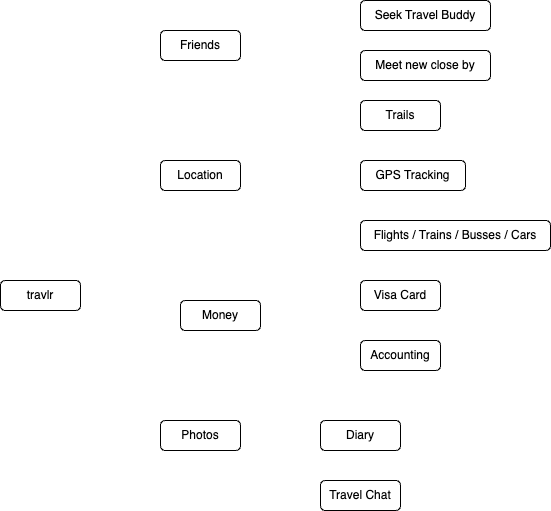
caiopeia/travlr keeps this draw.io diagram as doc/use_cases.drawio.png. Above is the earlier version. Source tidied: cells renumbered, new cells last; positions are measured from the earlier drawing's top-left corner, leaving out a move shared by most shapes. Its diagram source:
```xml
<mxGraphModel>
  <root>
    <mxCell id="0" />
    <mxCell id="1" parent="0" />
    <mxCell id="2" value="travlr" style="rounded=1;whiteSpace=wrap;html=1;" parent="1" vertex="1">
      <mxGeometry y="280" width="80" height="30" as="geometry" />
    </mxCell>
    <mxCell id="3" value="Friends" style="rounded=1;whiteSpace=wrap;html=1;" parent="1" vertex="1">
      <mxGeometry x="160" y="30" width="80" height="30" as="geometry" />
    </mxCell>
    <mxCell id="4" value="Location" style="rounded=1;whiteSpace=wrap;html=1;" parent="1" vertex="1">
      <mxGeometry x="160" y="160" width="80" height="30" as="geometry" />
    </mxCell>
    <mxCell id="5" value="Money" style="rounded=1;whiteSpace=wrap;html=1;" parent="1" vertex="1">
      <mxGeometry x="180" y="300" width="80" height="30" as="geometry" />
    </mxCell>
    <mxCell id="6" value="Trails" style="rounded=1;whiteSpace=wrap;html=1;" parent="1" vertex="1">
      <mxGeometry x="360" y="100" width="80" height="30" as="geometry" />
    </mxCell>
    <mxCell id="7" value="GPS Tracking" style="rounded=1;whiteSpace=wrap;html=1;" parent="1" vertex="1">
      <mxGeometry x="360" y="160" width="105" height="30" as="geometry" />
    </mxCell>
    <mxCell id="8" value="Photos" style="rounded=1;whiteSpace=wrap;html=1;" parent="1" vertex="1">
      <mxGeometry x="160" y="420" width="80" height="30" as="geometry" />
    </mxCell>
    <mxCell id="9" value="Diary" style="rounded=1;whiteSpace=wrap;html=1;" parent="1" vertex="1">
      <mxGeometry x="320" y="420" width="80" height="30" as="geometry" />
    </mxCell>
    <mxCell id="10" value="Visa Card" style="rounded=1;whiteSpace=wrap;html=1;" parent="1" vertex="1">
      <mxGeometry x="360" y="280" width="80" height="30" as="geometry" />
    </mxCell>
    <mxCell id="11" value="Accounting" style="rounded=1;whiteSpace=wrap;html=1;" parent="1" vertex="1">
      <mxGeometry x="360" y="340" width="80" height="30" as="geometry" />
    </mxCell>
    <mxCell id="12" value="Flights / Trains / Busses / Cars" style="rounded=1;whiteSpace=wrap;html=1;" parent="1" vertex="1">
      <mxGeometry x="360" y="220" width="190" height="30" as="geometry" />
    </mxCell>
    <mxCell id="13" value="Meet new close by" style="rounded=1;whiteSpace=wrap;html=1;" parent="1" vertex="1">
      <mxGeometry x="360" y="50" width="130" height="30" as="geometry" />
    </mxCell>
    <mxCell id="14" value="Seek Travel Buddy" style="rounded=1;whiteSpace=wrap;html=1;" parent="1" vertex="1">
      <mxGeometry x="360" width="130" height="30" as="geometry" />
    </mxCell>
    <mxCell id="15" value="Travel Chat" style="rounded=1;whiteSpace=wrap;html=1;" parent="1" vertex="1">
      <mxGeometry x="320" y="480" width="80" height="30" as="geometry" />
    </mxCell>
  </root>
</mxGraphModel>
```
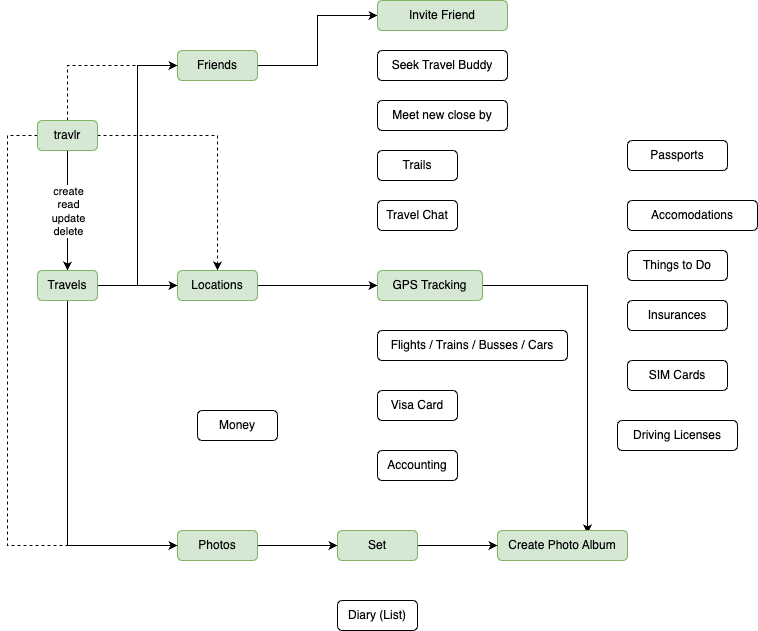
The same diagram one commit later.

Commit message:
update use case diagram

Change to the diagram source:
```diff
@@ -2,47 +2,140 @@
   <root>
     <mxCell id="0" />
     <mxCell id="1" parent="0" />
+    <mxCell id="16" style="edgeStyle=orthogonalEdgeStyle;rounded=0;jettySize=auto;html=1;entryX=0.5;entryY=0;entryDx=0;entryDy=0;" parent="1" edge="1" source="2" target="38">
+      <mxGeometry relative="1" as="geometry" />
+    </mxCell>
+    <mxCell id="17" value="create&lt;br&gt;read&lt;br&gt;update&lt;br&gt;delete" style="edgeLabel;html=1;align=center;verticalAlign=middle;" parent="16" vertex="1">
+      <mxGeometry x="-0.23" y="1" relative="1" as="geometry">
+        <mxPoint x="-1" y="14" as="offset" />
+      </mxGeometry>
+    </mxCell>
+    <mxCell id="18" style="edgeStyle=orthogonalEdgeStyle;rounded=0;jettySize=auto;html=1;entryX=0;entryY=0.5;entryDx=0;entryDy=0;dashed=1;" parent="1" edge="1" source="2" target="3">
+      <mxGeometry relative="1" as="geometry">
+        <Array as="points">
+          <mxPoint x="40" y="115" />
+        </Array>
+      </mxGeometry>
+    </mxCell>
+    <mxCell id="19" style="edgeStyle=orthogonalEdgeStyle;rounded=0;jettySize=auto;html=1;entryX=0;entryY=0.5;entryDx=0;entryDy=0;dashed=1;" parent="1" edge="1" source="2" target="8">
+      <mxGeometry relative="1" as="geometry">
+        <Array as="points">
+          <mxPoint x="-20" y="185" />
+          <mxPoint x="-20" y="595" />
+        </Array>
+      </mxGeometry>
+    </mxCell>
+    <mxCell id="20" style="edgeStyle=orthogonalEdgeStyle;rounded=0;jettySize=auto;html=1;entryX=0.5;entryY=0;entryDx=0;entryDy=0;dashed=1;" parent="1" edge="1" source="2" target="4">
+      <mxGeometry relative="1" as="geometry" />
+    </mxCell>
-    <mxCell id="2" value="travlr" style="rounded=1;whiteSpace=wrap;html=1;" parent="1" vertex="1">
-      <mxGeometry y="280" width="80" height="30" as="geometry" />
+    <mxCell id="2" value="travlr" style="rounded=1;whiteSpace=wrap;html=1;fillColor=#d5e8d4;strokeColor=#82b366;" parent="1" vertex="1">
+      <mxGeometry x="10" y="170" width="60" height="30" as="geometry" />
     </mxCell>
+    <mxCell id="21" style="edgeStyle=orthogonalEdgeStyle;rounded=0;jettySize=auto;html=1;entryX=0;entryY=0.5;entryDx=0;entryDy=0;" parent="1" edge="1" source="3" target="32">
+      <mxGeometry relative="1" as="geometry" />
+    </mxCell>
-    <mxCell id="3" value="Friends" style="rounded=1;whiteSpace=wrap;html=1;" parent="1" vertex="1">
-      <mxGeometry x="160" y="30" width="80" height="30" as="geometry" />
+    <mxCell id="3" value="Friends" style="rounded=1;whiteSpace=wrap;html=1;fillColor=#d5e8d4;strokeColor=#82b366;" parent="1" vertex="1">
+      <mxGeometry x="150" y="100" width="80" height="30" as="geometry" />
     </mxCell>
+    <mxCell id="22" style="edgeStyle=orthogonalEdgeStyle;rounded=0;jettySize=auto;html=1;entryX=0;entryY=0.5;entryDx=0;entryDy=0;" parent="1" edge="1" source="4" target="7">
+      <mxGeometry relative="1" as="geometry" />
+    </mxCell>
-    <mxCell id="4" value="Location" style="rounded=1;whiteSpace=wrap;html=1;" parent="1" vertex="1">
-      <mxGeometry x="160" y="160" width="80" height="30" as="geometry" />
+    <mxCell id="4" value="Locations" style="rounded=1;whiteSpace=wrap;html=1;fillColor=#d5e8d4;strokeColor=#82b366;" parent="1" vertex="1">
+      <mxGeometry x="150" y="320" width="80" height="30" as="geometry" />
     </mxCell>
     <mxCell id="5" value="Money" style="rounded=1;whiteSpace=wrap;html=1;" parent="1" vertex="1">
-      <mxGeometry x="180" y="300" width="80" height="30" as="geometry" />
+      <mxGeometry x="170" y="460" width="80" height="30" as="geometry" />
     </mxCell>
     <mxCell id="6" value="Trails" style="rounded=1;whiteSpace=wrap;html=1;" parent="1" vertex="1">
-      <mxGeometry x="360" y="100" width="80" height="30" as="geometry" />
+      <mxGeometry x="350" y="200" width="80" height="30" as="geometry" />
     </mxCell>
+    <mxCell id="23" style="edgeStyle=orthogonalEdgeStyle;rounded=0;jettySize=auto;html=1;entryX=0.692;entryY=0.1;entryDx=0;entryDy=0;entryPerimeter=0;" parent="1" edge="1" source="7" target="31">
+      <mxGeometry relative="1" as="geometry">
+        <Array as="points">
+          <mxPoint x="560" y="335" />
+        </Array>
+      </mxGeometry>
+    </mxCell>
-    <mxCell id="7" value="GPS Tracking" style="rounded=1;whiteSpace=wrap;html=1;" parent="1" vertex="1">
-      <mxGeometry x="360" y="160" width="105" height="30" as="geometry" />
+    <mxCell id="7" value="GPS Tracking" style="rounded=1;whiteSpace=wrap;html=1;fillColor=#d5e8d4;strokeColor=#82b366;" parent="1" vertex="1">
+      <mxGeometry x="350" y="320" width="105" height="30" as="geometry" />
     </mxCell>
+    <mxCell id="24" style="edgeStyle=orthogonalEdgeStyle;rounded=0;jettySize=auto;html=1;entryX=0;entryY=0.5;entryDx=0;entryDy=0;" parent="1" edge="1" source="8" target="34">
+      <mxGeometry relative="1" as="geometry" />
+    </mxCell>
-    <mxCell id="8" value="Photos" style="rounded=1;whiteSpace=wrap;html=1;" parent="1" vertex="1">
-      <mxGeometry x="160" y="420" width="80" height="30" as="geometry" />
+    <mxCell id="8" value="Photos" style="rounded=1;whiteSpace=wrap;html=1;fillColor=#d5e8d4;strokeColor=#82b366;" parent="1" vertex="1">
+      <mxGeometry x="150" y="580" width="80" height="30" as="geometry" />
     </mxCell>
-    <mxCell id="9" value="Diary" style="rounded=1;whiteSpace=wrap;html=1;" parent="1" vertex="1">
-      <mxGeometry x="320" y="420" width="80" height="30" as="geometry" />
+    <mxCell id="9" value="Diary (List)" style="rounded=1;whiteSpace=wrap;html=1;" parent="1" vertex="1">
+      <mxGeometry x="310" y="650" width="80" height="30" as="geometry" />
     </mxCell>
     <mxCell id="10" value="Visa Card" style="rounded=1;whiteSpace=wrap;html=1;" parent="1" vertex="1">
-      <mxGeometry x="360" y="280" width="80" height="30" as="geometry" />
+      <mxGeometry x="350" y="440" width="80" height="30" as="geometry" />
     </mxCell>
     <mxCell id="11" value="Accounting" style="rounded=1;whiteSpace=wrap;html=1;" parent="1" vertex="1">
-      <mxGeometry x="360" y="340" width="80" height="30" as="geometry" />
+      <mxGeometry x="350" y="500" width="80" height="30" as="geometry" />
     </mxCell>
     <mxCell id="12" value="Flights / Trains / Busses / Cars" style="rounded=1;whiteSpace=wrap;html=1;" parent="1" vertex="1">
-      <mxGeometry x="360" y="220" width="190" height="30" as="geometry" />
+      <mxGeometry x="350" y="380" width="190" height="30" as="geometry" />
     </mxCell>
     <mxCell id="13" value="Meet new close by" style="rounded=1;whiteSpace=wrap;html=1;" parent="1" vertex="1">
-      <mxGeometry x="360" y="50" width="130" height="30" as="geometry" />
+      <mxGeometry x="350" y="150" width="130" height="30" as="geometry" />
     </mxCell>
     <mxCell id="14" value="Seek Travel Buddy" style="rounded=1;whiteSpace=wrap;html=1;" parent="1" vertex="1">
-      <mxGeometry x="360" width="130" height="30" as="geometry" />
+      <mxGeometry x="350" y="100" width="130" height="30" as="geometry" />
     </mxCell>
     <mxCell id="15" value="Travel Chat" style="rounded=1;whiteSpace=wrap;html=1;" parent="1" vertex="1">
-      <mxGeometry x="320" y="480" width="80" height="30" as="geometry" />
+      <mxGeometry x="350" y="250" width="80" height="30" as="geometry" />
     </mxCell>
+    <mxCell id="25" value="Accomodations" style="rounded=1;whiteSpace=wrap;html=1;" parent="1" vertex="1">
+      <mxGeometry x="600" y="250" width="130" height="30" as="geometry" />
+    </mxCell>
+    <mxCell id="26" value="Passports" style="rounded=1;whiteSpace=wrap;html=1;" parent="1" vertex="1">
+      <mxGeometry x="600" y="190" width="100" height="30" as="geometry" />
+    </mxCell>
+    <mxCell id="27" value="Insurances" style="rounded=1;whiteSpace=wrap;html=1;" parent="1" vertex="1">
+      <mxGeometry x="600" y="350" width="100" height="30" as="geometry" />
+    </mxCell>
+    <mxCell id="28" value="Things to Do" style="rounded=1;whiteSpace=wrap;html=1;" parent="1" vertex="1">
+      <mxGeometry x="600" y="300" width="100" height="30" as="geometry" />
+    </mxCell>
+    <mxCell id="29" value="SIM Cards" style="rounded=1;whiteSpace=wrap;html=1;" parent="1" vertex="1">
+      <mxGeometry x="600" y="410" width="100" height="30" as="geometry" />
+    </mxCell>
+    <mxCell id="30" value="Driving Licenses" style="rounded=1;whiteSpace=wrap;html=1;" parent="1" vertex="1">
+      <mxGeometry x="590" y="470" width="120" height="30" as="geometry" />
+    </mxCell>
+    <mxCell id="31" value="Create Photo Album" style="rounded=1;whiteSpace=wrap;html=1;fillColor=#d5e8d4;strokeColor=#82b366;" parent="1" vertex="1">
+      <mxGeometry x="470" y="580" width="130" height="30" as="geometry" />
+    </mxCell>
+    <mxCell id="32" value="Invite Friend" style="rounded=1;whiteSpace=wrap;html=1;fillColor=#d5e8d4;strokeColor=#82b366;" parent="1" vertex="1">
+      <mxGeometry x="350" y="50" width="130" height="30" as="geometry" />
+    </mxCell>
+    <mxCell id="33" style="edgeStyle=orthogonalEdgeStyle;rounded=0;jettySize=auto;html=1;" parent="1" edge="1" source="34" target="31">
+      <mxGeometry relative="1" as="geometry" />
+    </mxCell>
+    <mxCell id="34" value="Set" style="rounded=1;whiteSpace=wrap;html=1;fillColor=#d5e8d4;strokeColor=#82b366;" parent="1" vertex="1">
+      <mxGeometry x="310" y="580" width="80" height="30" as="geometry" />
+    </mxCell>
+    <mxCell id="35" style="edgeStyle=orthogonalEdgeStyle;rounded=0;jettySize=auto;html=1;entryX=0;entryY=0.5;entryDx=0;entryDy=0;" parent="1" edge="1" source="38" target="4">
+      <mxGeometry relative="1" as="geometry" />
+    </mxCell>
+    <mxCell id="36" style="edgeStyle=orthogonalEdgeStyle;rounded=0;jettySize=auto;html=1;entryX=0;entryY=0.5;entryDx=0;entryDy=0;" parent="1" edge="1" source="38" target="3">
+      <mxGeometry relative="1" as="geometry">
+        <Array as="points">
+          <mxPoint x="110" y="335" />
+          <mxPoint x="110" y="115" />
+        </Array>
+      </mxGeometry>
+    </mxCell>
+    <mxCell id="37" style="edgeStyle=orthogonalEdgeStyle;rounded=0;jettySize=auto;html=1;" parent="1" edge="1" source="38" target="8">
+      <mxGeometry relative="1" as="geometry">
+        <Array as="points">
+          <mxPoint x="40" y="595" />
+        </Array>
+      </mxGeometry>
+    </mxCell>
+    <mxCell id="38" value="Travels" style="rounded=1;whiteSpace=wrap;html=1;fillColor=#d5e8d4;strokeColor=#82b366;" parent="1" vertex="1">
+      <mxGeometry x="10" y="320" width="60" height="30" as="geometry" />
+    </mxCell>
   </root>
 </mxGraphModel>
```
